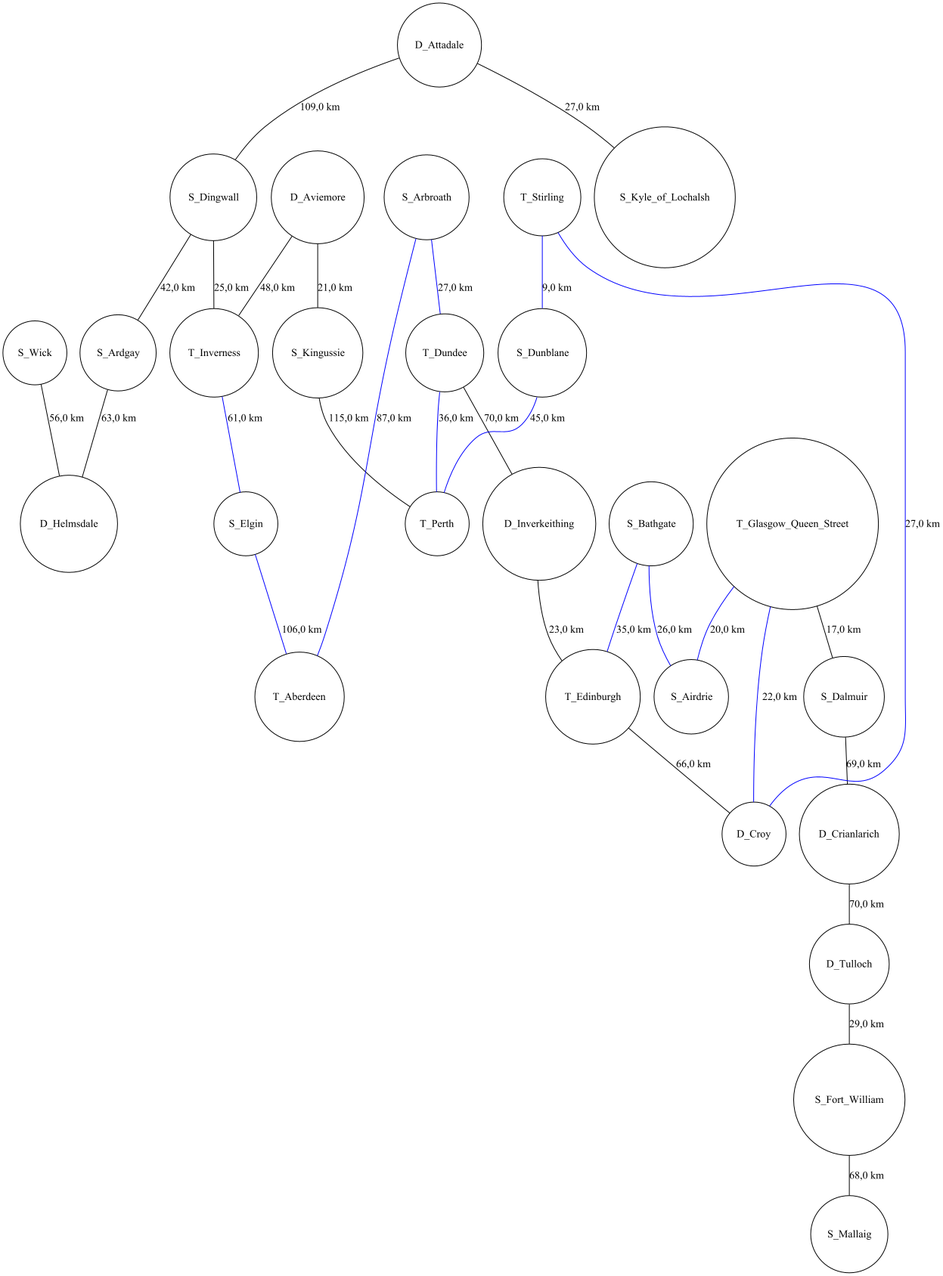
Above: docs/mdisc/us14/png/scenario1_lines.png in HenriqueSilva18/Railway-Network-Simulator (Graphviz), before the change. Its source is kept beside it as docs/mdisc/us14/dot/scenario1_lines.dot. Its diagram source:
```dot
graph RailwayNetwork {
  node [shape=circle];
  "S_Wick" -- "D_Helmsdale" [label="56,0 km", color=black];
  "T_Glasgow_Queen_Street" -- "D_Croy" [label="22,0 km", color=blue];
  "T_Glasgow_Queen_Street" -- "S_Airdrie" [label="20,0 km", color=blue];
  "T_Glasgow_Queen_Street" -- "S_Dalmuir" [label="17,0 km", color=black];
  "D_Aviemore" -- "T_Inverness" [label="48,0 km", color=black];
  "D_Aviemore" -- "S_Kingussie" [label="21,0 km", color=black];
  "S_Dalmuir" -- "D_Crianlarich" [label="69,0 km", color=black];
  "S_Kingussie" -- "T_Perth" [label="115,0 km", color=black];
  "D_Crianlarich" -- "D_Tulloch" [label="70,0 km", color=black];
  "D_Tulloch" -- "S_Fort_William" [label="29,0 km", color=black];
  "D_Attadale" -- "S_Kyle_of_Lochalsh" [label="27,0 km", color=black];
  "D_Attadale" -- "S_Dingwall" [label="109,0 km", color=black];
  "S_Arbroath" -- "T_Aberdeen" [label="87,0 km", color=blue];
  "S_Arbroath" -- "T_Dundee" [label="27,0 km", color=blue];
  "S_Bathgate" -- "T_Edinburgh" [label="35,0 km", color=blue];
  "S_Bathgate" -- "S_Airdrie" [label="26,0 km", color=blue];
  "T_Dundee" -- "D_Inverkeithing" [label="70,0 km", color=black];
  "T_Dundee" -- "T_Perth" [label="36,0 km", color=blue];
  "T_Stirling" -- "S_Dunblane" [label="9,0 km", color=blue];
  "T_Stirling" -- "D_Croy" [label="27,0 km", color=blue];
  "D_Inverkeithing" -- "T_Edinburgh" [label="23,0 km", color=black];
  "S_Dingwall" -- "S_Ardgay" [label="42,0 km", color=black];
  "S_Dingwall" -- "T_Inverness" [label="25,0 km", color=black];
  "S_Fort_William" -- "S_Mallaig" [label="68,0 km", color=black];
  "T_Edinburgh" -- "D_Croy" [label="66,0 km", color=black];
  "T_Inverness" -- "S_Elgin" [label="61,0 km", color=blue];
  "S_Ardgay" -- "D_Helmsdale" [label="63,0 km", color=black];
  "S_Dunblane" -- "T_Perth" [label="45,0 km", color=blue];
  "S_Elgin" -- "T_Aberdeen" [label="106,0 km", color=blue];
}
```
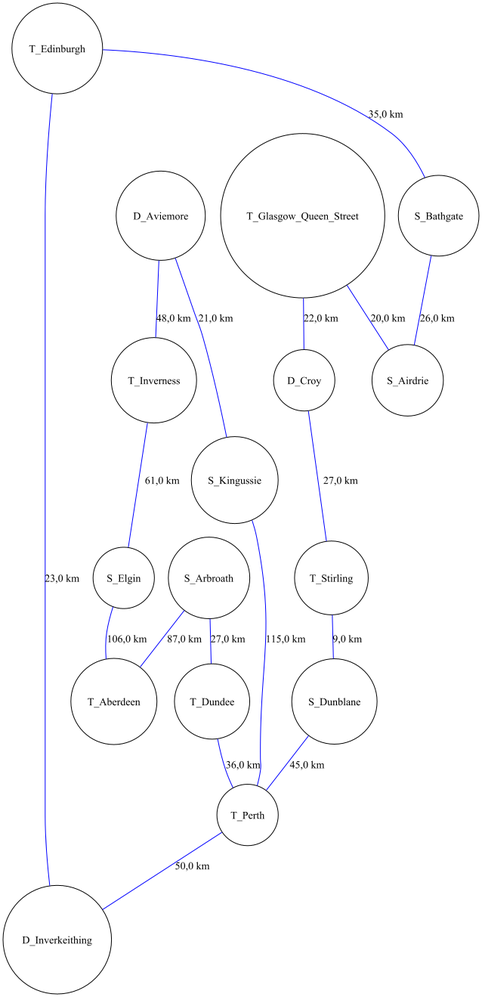
Later version of the same file.

Diff of the diagram source:
```diff
@@ -1,32 +1,20 @@
 graph RailwayNetwork {
   node [shape=circle];
-  "S_Wick" -- "D_Helmsdale" [label="56,0 km", color=black];
   "T_Glasgow_Queen_Street" -- "D_Croy" [label="22,0 km", color=blue];
   "T_Glasgow_Queen_Street" -- "S_Airdrie" [label="20,0 km", color=blue];
-  "T_Glasgow_Queen_Street" -- "S_Dalmuir" [label="17,0 km", color=black];
-  "D_Aviemore" -- "T_Inverness" [label="48,0 km", color=black];
-  "D_Aviemore" -- "S_Kingussie" [label="21,0 km", color=black];
-  "S_Dalmuir" -- "D_Crianlarich" [label="69,0 km", color=black];
-  "S_Kingussie" -- "T_Perth" [label="115,0 km", color=black];
-  "D_Crianlarich" -- "D_Tulloch" [label="70,0 km", color=black];
-  "D_Tulloch" -- "S_Fort_William" [label="29,0 km", color=black];
-  "D_Attadale" -- "S_Kyle_of_Lochalsh" [label="27,0 km", color=black];
-  "D_Attadale" -- "S_Dingwall" [label="109,0 km", color=black];
+  "T_Edinburgh" -- "D_Inverkeithing" [label="23,0 km", color=blue];
+  "T_Edinburgh" -- "S_Bathgate" [label="35,0 km", color=blue];
+  "D_Aviemore" -- "T_Inverness" [label="48,0 km", color=blue];
+  "D_Aviemore" -- "S_Kingussie" [label="21,0 km", color=blue];
+  "S_Kingussie" -- "T_Perth" [label="115,0 km", color=blue];
+  "T_Inverness" -- "S_Elgin" [label="61,0 km", color=blue];
   "S_Arbroath" -- "T_Aberdeen" [label="87,0 km", color=blue];
   "S_Arbroath" -- "T_Dundee" [label="27,0 km", color=blue];
-  "S_Bathgate" -- "T_Edinburgh" [label="35,0 km", color=blue];
+  "D_Croy" -- "T_Stirling" [label="27,0 km", color=blue];
   "S_Bathgate" -- "S_Airdrie" [label="26,0 km", color=blue];
-  "T_Dundee" -- "D_Inverkeithing" [label="70,0 km", color=black];
   "T_Dundee" -- "T_Perth" [label="36,0 km", color=blue];
   "T_Stirling" -- "S_Dunblane" [label="9,0 km", color=blue];
-  "T_Stirling" -- "D_Croy" [label="27,0 km", color=blue];
-  "D_Inverkeithing" -- "T_Edinburgh" [label="23,0 km", color=black];
-  "S_Dingwall" -- "S_Ardgay" [label="42,0 km", color=black];
-  "S_Dingwall" -- "T_Inverness" [label="25,0 km", color=black];
-  "S_Fort_William" -- "S_Mallaig" [label="68,0 km", color=black];
-  "T_Edinburgh" -- "D_Croy" [label="66,0 km", color=black];
-  "T_Inverness" -- "S_Elgin" [label="61,0 km", color=blue];
-  "S_Ardgay" -- "D_Helmsdale" [label="63,0 km", color=black];
   "S_Dunblane" -- "T_Perth" [label="45,0 km", color=blue];
+  "T_Perth" -- "D_Inverkeithing" [label="50,0 km", color=blue];
   "S_Elgin" -- "T_Aberdeen" [label="106,0 km", color=blue];
 }
```
